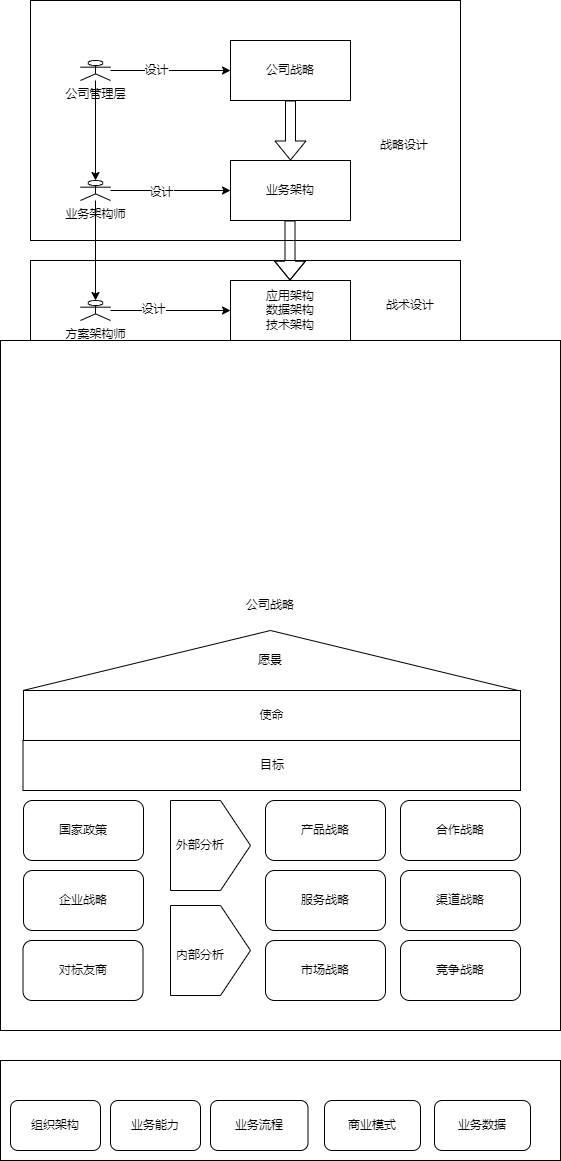
suibianlx/business_architect keeps this draw.io diagram as doc/business_architect.png. Above is the earlier version. Source tidied: cells renumbered, new cells last; positions are measured from the earlier drawing's top-left corner, leaving out a move shared by most shapes.
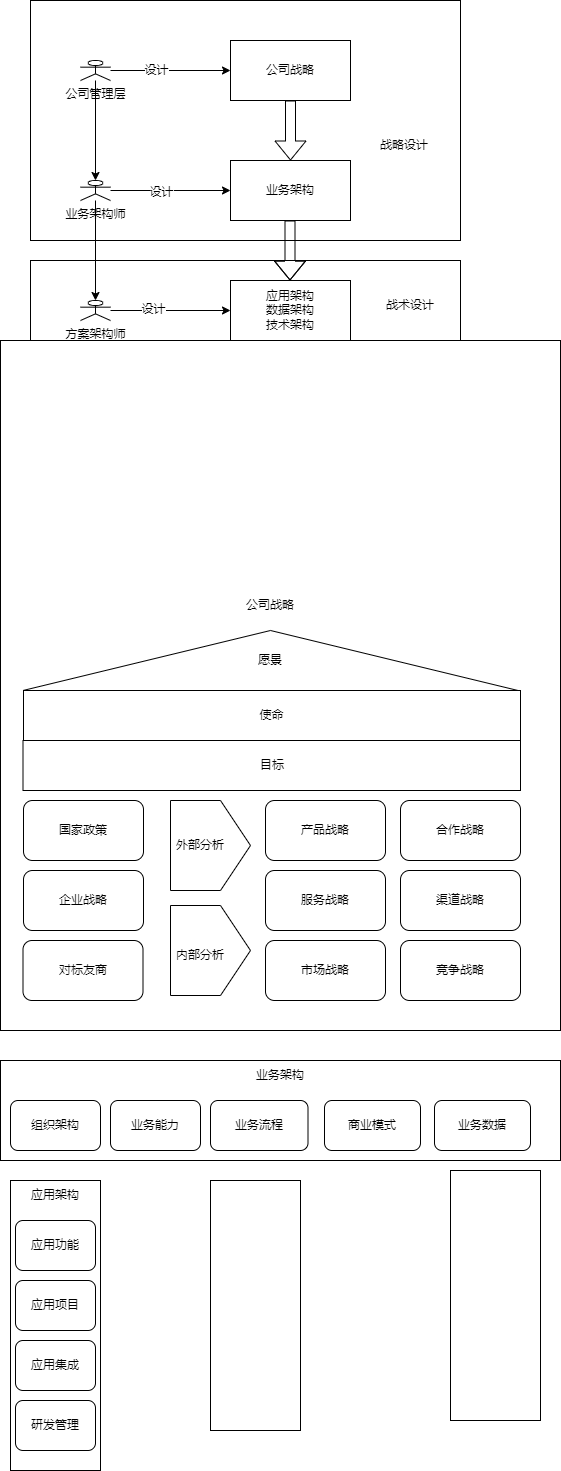
Above is the later version.

Diff of the diagram source:
```diff
@@ -143,5 +143,32 @@
     <mxCell id="46" value="业务数据" style="rounded=1;whiteSpace=wrap;html=1;" parent="1" vertex="1">
       <mxGeometry x="434" y="1100" width="96" height="50" as="geometry" />
     </mxCell>
+    <mxCell id="47" value="业务架构" style="text;html=1;strokeColor=none;fillColor=none;align=center;verticalAlign=middle;whiteSpace=wrap;rounded=0;" parent="1" vertex="1">
+      <mxGeometry x="250" y="1060" width="60" height="30" as="geometry" />
+    </mxCell>
+    <mxCell id="48" style="rounded=0;whiteSpace=wrap;html=1;" parent="1" vertex="1">
+      <mxGeometry x="10" y="1180" width="90" height="290" as="geometry" />
+    </mxCell>
+    <mxCell id="49" style="rounded=0;whiteSpace=wrap;html=1;" parent="1" vertex="1">
+      <mxGeometry x="210" y="1180" width="90" height="250" as="geometry" />
+    </mxCell>
+    <mxCell id="50" style="rounded=0;whiteSpace=wrap;html=1;" parent="1" vertex="1">
+      <mxGeometry x="450" y="1170" width="90" height="250" as="geometry" />
+    </mxCell>
+    <mxCell id="51" value="应用功能" style="rounded=1;whiteSpace=wrap;html=1;" parent="1" vertex="1">
+      <mxGeometry x="15" y="1220" width="80" height="50" as="geometry" />
+    </mxCell>
+    <mxCell id="52" value="应用项目" style="rounded=1;whiteSpace=wrap;html=1;" parent="1" vertex="1">
+      <mxGeometry x="15" y="1280" width="80" height="50" as="geometry" />
+    </mxCell>
+    <mxCell id="53" value="应用集成" style="rounded=1;whiteSpace=wrap;html=1;" parent="1" vertex="1">
+      <mxGeometry x="15" y="1340" width="80" height="50" as="geometry" />
+    </mxCell>
+    <mxCell id="54" value="研发管理" style="rounded=1;whiteSpace=wrap;html=1;" parent="1" vertex="1">
+      <mxGeometry x="15" y="1400" width="80" height="50" as="geometry" />
+    </mxCell>
+    <mxCell id="55" value="应用架构" style="text;html=1;strokeColor=none;fillColor=none;align=center;verticalAlign=middle;whiteSpace=wrap;rounded=0;" parent="1" vertex="1">
+      <mxGeometry x="25" y="1180" width="60" height="30" as="geometry" />
+    </mxCell>
   </root>
 </mxGraphModel>
```
